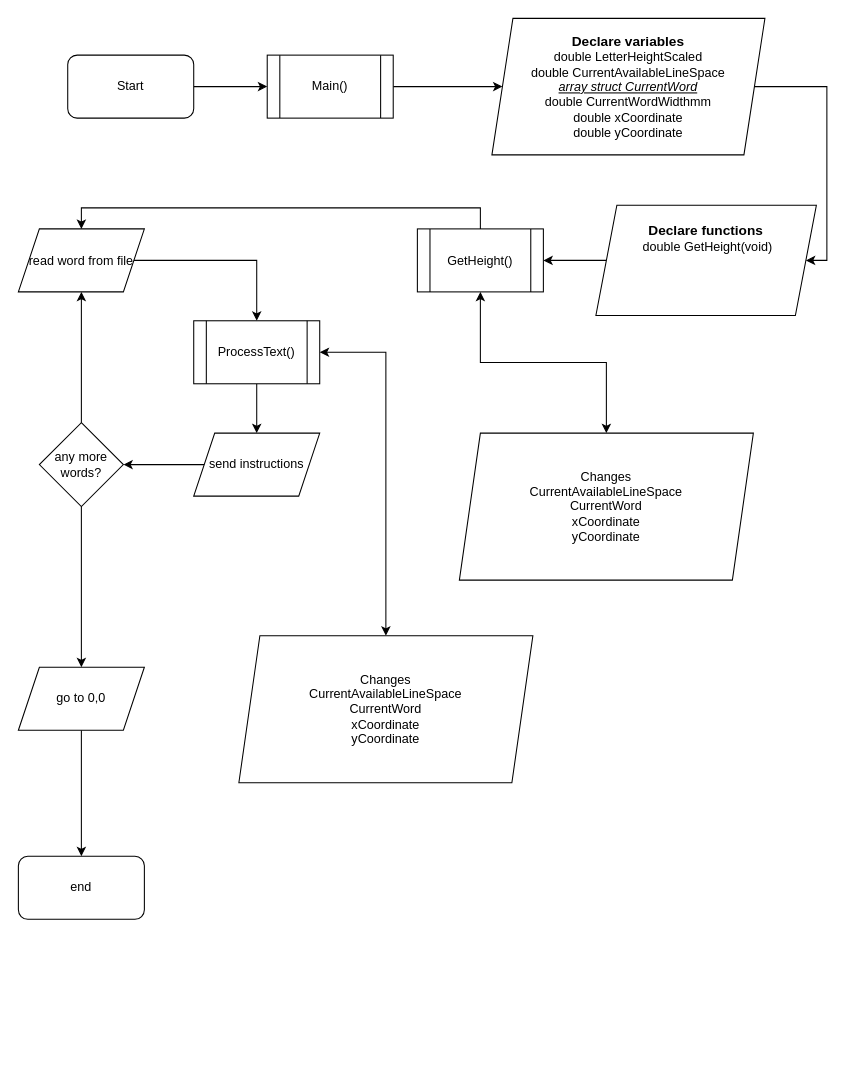
Earlier version of the draw.io diagram page "Page-1" (1 of 2) of TextRobotFlowchart.drawio (hanifadelekan/TextRobotPlanning). Source tidied: cells renumbered, new cells numbered last; positions are measured from the earlier drawing's top-left corner, leaving out a move shared by most shapes. Both pictures are drawn from the tidied source at 105%, with x=0, y=0 at pixel (18, 18).
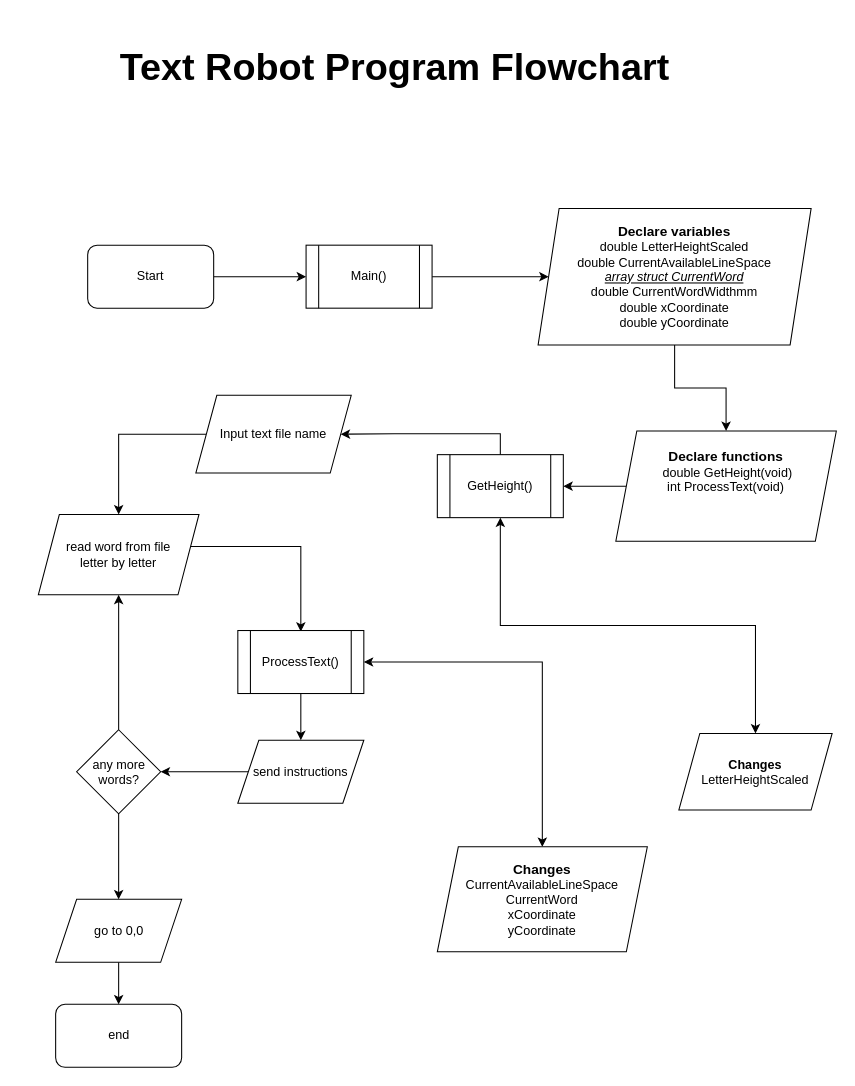
The same page after the edit.

Commit message:
main structure complete

What changed in the source:
```diff
@@
     <mxCell id="3" value="Start" style="rounded=1;whiteSpace=wrap;html=1;" parent="1" vertex="1">
-      <mxGeometry x="47" y="35" width="120" height="60" as="geometry" />
+      <mxGeometry x="66" y="216" width="120" height="60" as="geometry" />
     </mxCell>
@@
     <mxCell id="5" value="Main()" style="rounded=0;whiteSpace=wrap;html=1;shape=process;backgroundOutline=1;" parent="1" vertex="1">
-      <mxGeometry x="237" y="35" width="120" height="60" as="geometry" />
+      <mxGeometry x="274" y="216" width="120" height="60" as="geometry" />
     </mxCell>
-    <mxCell id="6" style="edgeStyle=orthogonalEdgeStyle;rounded=0;jettySize=auto;html=1;entryX=1;entryY=0.5;entryDx=0;entryDy=0;exitX=1;exitY=0.5;exitDx=0;exitDy=0;" parent="1" edge="1" source="7" target="9">
-      <mxGeometry relative="1" as="geometry">
-        <Array as="points">
-          <mxPoint x="770" y="65" />
-          <mxPoint x="770" y="231" />
-        </Array>
-      </mxGeometry>
+    <mxCell id="6" style="edgeStyle=orthogonalEdgeStyle;rounded=0;jettySize=auto;html=1;exitX=0.5;exitY=1;exitDx=0;exitDy=0;entryX=0.5;entryY=0;entryDx=0;entryDy=0;" parent="1" edge="1" source="7" target="9">
+      <mxGeometry relative="1" as="geometry" />
     </mxCell>
     <mxCell id="7" value="&lt;b&gt;&lt;font style=&quot;font-size: 13px;&quot;&gt;Declare variables&lt;/font&gt;&lt;/b&gt;&lt;div&gt;double LetterHeightScaled&lt;/div&gt;&lt;div&gt;double CurrentAvailableLineSpace&lt;/div&gt;&lt;div&gt;&lt;i style=&quot;&quot;&gt;&lt;u&gt;array struct CurrentWord&lt;/u&gt;&lt;/i&gt;&lt;/div&gt;&lt;div&gt;double CurrentWordWidthmm&lt;/div&gt;&lt;div&gt;double xCoordinate&lt;/div&gt;&lt;div&gt;double yCoordinate&lt;/div&gt;" style="shape=parallelogram;perimeter=parallelogramPerimeter;whiteSpace=wrap;html=1;fixedSize=1;rounded=0;" parent="1" vertex="1">
-      <mxGeometry x="451" width="260" height="130" as="geometry" />
+      <mxGeometry x="495" y="181" width="260" height="130" as="geometry" />
     </mxCell>
@@
-    <mxCell id="9" value="&lt;b&gt;&lt;font style=&quot;font-size: 13px;&quot;&gt;Declare functions&lt;/font&gt;&lt;/b&gt;&lt;div&gt;&amp;nbsp;double GetHeight(void)&lt;/div&gt;&lt;div&gt;&lt;br&gt;&lt;div&gt;&lt;br&gt;&lt;/div&gt;&lt;/div&gt;&lt;div&gt;&lt;br&gt;&lt;/div&gt;" style="whiteSpace=wrap;html=1;rounded=0;shape=parallelogram;backgroundOutline=1;perimeter=parallelogramPerimeter;fixedSize=1;" parent="1" vertex="1">
-      <mxGeometry x="550" y="178" width="210" height="105" as="geometry" />
+    <mxCell id="9" value="&lt;b&gt;&lt;font style=&quot;font-size: 13px;&quot;&gt;Declare functions&lt;/font&gt;&lt;/b&gt;&lt;div&gt;&amp;nbsp;double GetHeight(void)&lt;/div&gt;&lt;div&gt;int ProcessText(void)&lt;br&gt;&lt;div&gt;&lt;br&gt;&lt;/div&gt;&lt;/div&gt;&lt;div&gt;&lt;br&gt;&lt;/div&gt;" style="whiteSpace=wrap;html=1;rounded=0;shape=parallelogram;backgroundOutline=1;perimeter=parallelogramPerimeter;fixedSize=1;" parent="1" vertex="1">
+      <mxGeometry x="569" y="393" width="210" height="105" as="geometry" />
     </mxCell>
@@
+    <mxCell id="28" style="edgeStyle=orthogonalEdgeStyle;rounded=0;jettySize=auto;html=1;exitX=0.5;exitY=0;exitDx=0;exitDy=0;" parent="1" edge="1" source="11" target="30">
+      <mxGeometry relative="1" as="geometry" />
+    </mxCell>
     <mxCell id="11" value="GetHeight()" style="shape=process;whiteSpace=wrap;html=1;backgroundOutline=1;" parent="1" vertex="1">
-      <mxGeometry x="380" y="200.5" width="120" height="60" as="geometry" />
+      <mxGeometry x="399" y="415.5" width="120" height="60" as="geometry" />
     </mxCell>
-    <mxCell id="12" style="edgeStyle=orthogonalEdgeStyle;rounded=0;jettySize=auto;html=1;entryX=0.5;entryY=0;entryDx=0;entryDy=0;exitX=1;exitY=0.5;exitDx=0;exitDy=0;" parent="1" edge="1" source="25" target="15">
+    <mxCell id="12" style="edgeStyle=orthogonalEdgeStyle;rounded=0;jettySize=auto;html=1;entryX=0.5;entryY=0;entryDx=0;entryDy=0;exitX=1;exitY=0.5;exitDx=0;exitDy=0;" parent="1" edge="1" source="25">
       <mxGeometry relative="1" as="geometry">
+        <mxPoint x="269" y="584" as="targetPoint" />
         <Array as="points">
-          <mxPoint x="227" y="231" />
+          <mxPoint x="269" y="503" />
         </Array>
       </mxGeometry>
     </mxCell>
@@
     <mxCell id="15" value="ProcessText()" style="shape=process;whiteSpace=wrap;html=1;backgroundOutline=1;" parent="1" vertex="1">
-      <mxGeometry x="167" y="288" width="120" height="60" as="geometry" />
+      <mxGeometry x="209" y="583" width="120" height="60" as="geometry" />
     </mxCell>
+    <mxCell id="17" style="edgeStyle=orthogonalEdgeStyle;rounded=0;jettySize=auto;html=1;exitX=0.5;exitY=1;exitDx=0;exitDy=0;entryX=0.5;entryY=0;entryDx=0;entryDy=0;" parent="1" edge="1" source="18" target="22">
+      <mxGeometry relative="1" as="geometry" />
+    </mxCell>
     <mxCell id="16" style="edgeStyle=orthogonalEdgeStyle;rounded=0;jettySize=auto;html=1;exitX=0.5;exitY=0;exitDx=0;exitDy=0;entryX=0.5;entryY=1;entryDx=0;entryDy=0;" parent="1" edge="1" source="18" target="25">
-      <mxGeometry relative="1" as="geometry">
-        <Array as="points">
-          <mxPoint x="60" y="388" />
-        </Array>
-      </mxGeometry>
+      <mxGeometry relative="1" as="geometry" />
     </mxCell>
-    <mxCell id="17" style="edgeStyle=orthogonalEdgeStyle;rounded=0;jettySize=auto;html=1;exitX=0.5;exitY=1;exitDx=0;exitDy=0;entryX=0.5;entryY=0;entryDx=0;entryDy=0;" parent="1" edge="1" source="18" target="22">
-      <mxGeometry relative="1" as="geometry">
-        <Array as="points">
-          <mxPoint x="60" y="618" />
-        </Array>
-      </mxGeometry>
-    </mxCell>
     <mxCell id="18" value="any more words?" style="rhombus;whiteSpace=wrap;html=1;" parent="1" vertex="1">
-      <mxGeometry x="20" y="385" width="80" height="80" as="geometry" />
+      <mxGeometry x="55.5" y="677.5" width="80" height="80" as="geometry" />
     </mxCell>
-    <mxCell id="19" style="edgeStyle=orthogonalEdgeStyle;rounded=0;jettySize=auto;html=1;exitX=1;exitY=0.5;exitDx=0;exitDy=0;entryX=1;entryY=0.5;entryDx=0;entryDy=0;" parent="1" edge="1" source="20" target="18">
+    <mxCell id="19" style="edgeStyle=orthogonalEdgeStyle;rounded=0;jettySize=auto;html=1;exitX=0;exitY=0.5;exitDx=0;exitDy=0;entryX=1;entryY=0.5;entryDx=0;entryDy=0;" parent="1" edge="1" source="20" target="18">
       <mxGeometry relative="1" as="geometry" />
     </mxCell>
     <mxCell id="20" value="send instructions" style="shape=parallelogram;perimeter=parallelogramPerimeter;whiteSpace=wrap;html=1;fixedSize=1;" parent="1" vertex="1">
-      <mxGeometry x="167" y="395" width="120" height="60" as="geometry" />
+      <mxGeometry x="209" y="687.5" width="120" height="60" as="geometry" />
     </mxCell>
@@
     <mxCell id="22" value="go to 0,0" style="shape=parallelogram;perimeter=parallelogramPerimeter;whiteSpace=wrap;html=1;fixedSize=1;" parent="1" vertex="1">
-      <mxGeometry y="618" width="120" height="60" as="geometry" />
+      <mxGeometry x="35.5" y="839" width="120" height="60" as="geometry" />
     </mxCell>
     <mxCell id="23" value="end" style="rounded=1;whiteSpace=wrap;html=1;" parent="1" vertex="1">
-      <mxGeometry y="798" width="120" height="60" as="geometry" />
+      <mxGeometry x="35.5" y="939" width="120" height="60" as="geometry" />
     </mxCell>
-    <mxCell id="24" style="edgeStyle=orthogonalEdgeStyle;rounded=0;jettySize=auto;html=1;exitX=0.5;exitY=0;exitDx=0;exitDy=0;entryX=0.5;entryY=0;entryDx=0;entryDy=0;" parent="1" edge="1" source="11" target="25">
-      <mxGeometry relative="1" as="geometry" />
-    </mxCell>
-    <mxCell id="25" value="read word from file" style="shape=parallelogram;perimeter=parallelogramPerimeter;whiteSpace=wrap;html=1;fixedSize=1;" parent="1" vertex="1">
-      <mxGeometry y="200.5" width="120" height="60" as="geometry" />
+    <mxCell id="25" value="read word from file&lt;div&gt;letter by letter&lt;/div&gt;" style="shape=parallelogram;perimeter=parallelogramPerimeter;whiteSpace=wrap;html=1;fixedSize=1;" parent="1" vertex="1">
+      <mxGeometry x="19" y="472.5" width="153" height="76.5" as="geometry" />
     </mxCell>
-    <mxCell id="26" value="Changes&lt;div&gt;CurrentAvailableLineSpace&lt;/div&gt;&lt;div&gt;CurrentWord&lt;br&gt;&lt;div&gt;xCoordinate&lt;/div&gt;&lt;div&gt;yCoordinate&lt;/div&gt;&lt;/div&gt;" style="shape=parallelogram;perimeter=parallelogramPerimeter;whiteSpace=wrap;html=1;fixedSize=1;" parent="1" vertex="1">
-      <mxGeometry x="210" y="588" width="280" height="140" as="geometry" />
+    <mxCell id="26" value="&lt;b&gt;&lt;font style=&quot;font-size: 13px;&quot;&gt;Changes&lt;/font&gt;&lt;/b&gt;&lt;div&gt;CurrentAvailableLineSpace&lt;/div&gt;&lt;div&gt;CurrentWord&lt;br&gt;&lt;div&gt;xCoordinate&lt;/div&gt;&lt;div&gt;yCoordinate&lt;/div&gt;&lt;/div&gt;" style="shape=parallelogram;perimeter=parallelogramPerimeter;whiteSpace=wrap;html=1;fixedSize=1;" parent="1" vertex="1">
+      <mxGeometry x="399" y="789" width="200" height="100" as="geometry" />
     </mxCell>
-    <mxCell id="27" value="Changes&lt;div&gt;CurrentAvailableLineSpace&lt;/div&gt;&lt;div&gt;CurrentWord&lt;br&gt;&lt;div&gt;xCoordinate&lt;/div&gt;&lt;div&gt;yCoordinate&lt;/div&gt;&lt;/div&gt;" style="shape=parallelogram;perimeter=parallelogramPerimeter;whiteSpace=wrap;html=1;fixedSize=1;" parent="1" vertex="1">
-      <mxGeometry x="420" y="395" width="280" height="140" as="geometry" />
+    <mxCell id="27" value="&lt;b&gt;Changes&lt;/b&gt;&lt;div&gt;LetterHeightScaled&lt;br&gt;&lt;/div&gt;" style="shape=parallelogram;perimeter=parallelogramPerimeter;whiteSpace=wrap;html=1;fixedSize=1;" parent="1" vertex="1">
+      <mxGeometry x="629" y="681" width="146" height="73" as="geometry" />
     </mxCell>
+    <mxCell id="29" style="edgeStyle=orthogonalEdgeStyle;rounded=0;jettySize=auto;html=1;exitX=0;exitY=0.5;exitDx=0;exitDy=0;entryX=0.5;entryY=0;entryDx=0;entryDy=0;" parent="1" edge="1" source="30" target="25">
+      <mxGeometry relative="1" as="geometry">
+        <Array as="points">
+          <mxPoint x="96" y="396" />
+        </Array>
+      </mxGeometry>
+    </mxCell>
+    <mxCell id="30" value="Input text file name" style="shape=parallelogram;perimeter=parallelogramPerimeter;whiteSpace=wrap;html=1;fixedSize=1;" parent="1" vertex="1">
+      <mxGeometry x="169" y="359" width="148" height="74" as="geometry" />
+    </mxCell>
+    <mxCell id="31" value="&lt;h1 style=&quot;margin-top: 0px;&quot;&gt;Text Robot Program Flowchart&lt;/h1&gt;" style="text;html=1;whiteSpace=wrap;overflow=hidden;rounded=0;fontSize=18;" parent="1" vertex="1">
+      <mxGeometry x="95" y="18" width="617.6" height="110" as="geometry" />
+    </mxCell>
```
